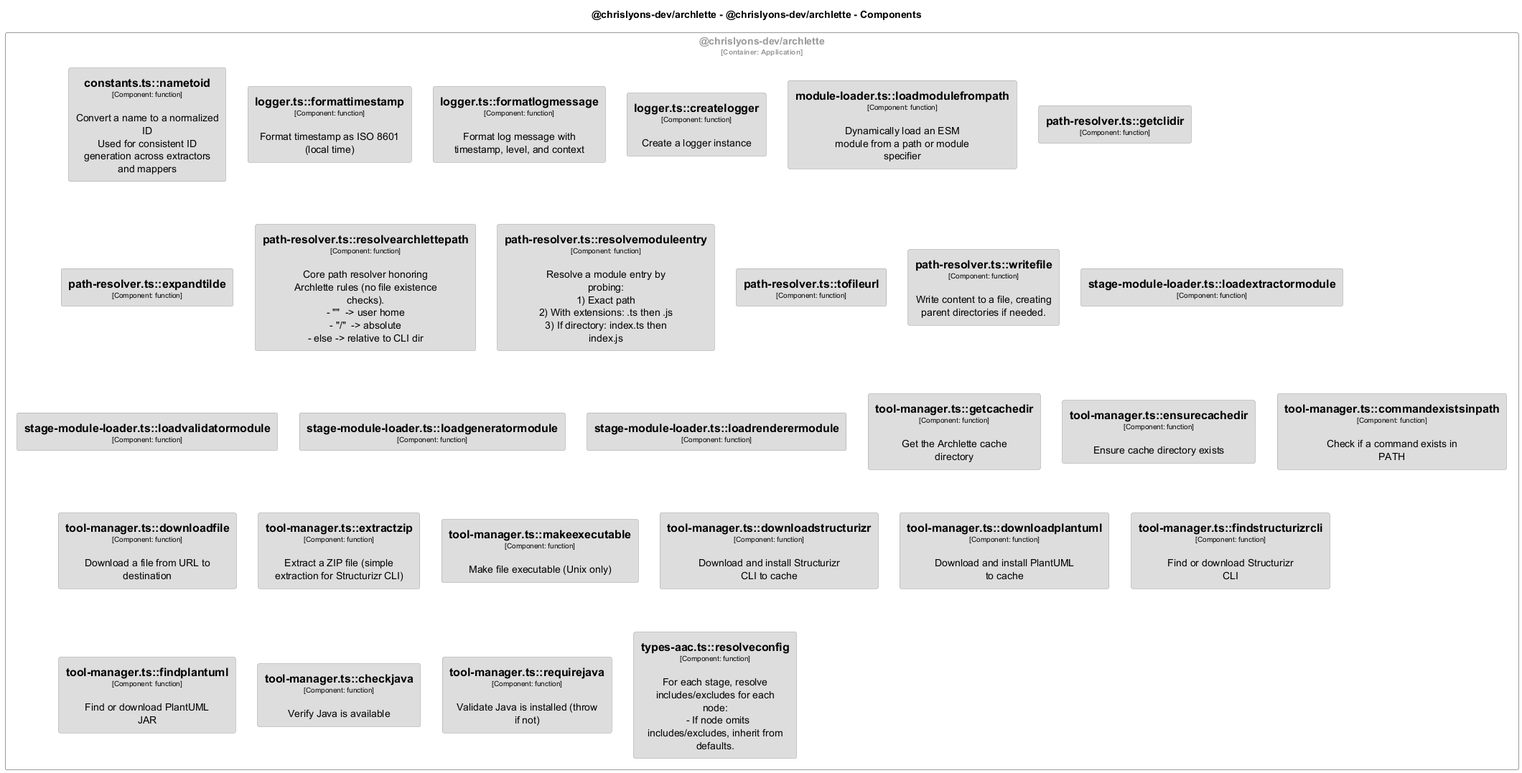
Above: docs/architecture/diagrams/structurizr-Classes_core.png in chrislyons-dev/archlette (PlantUML), before the change.
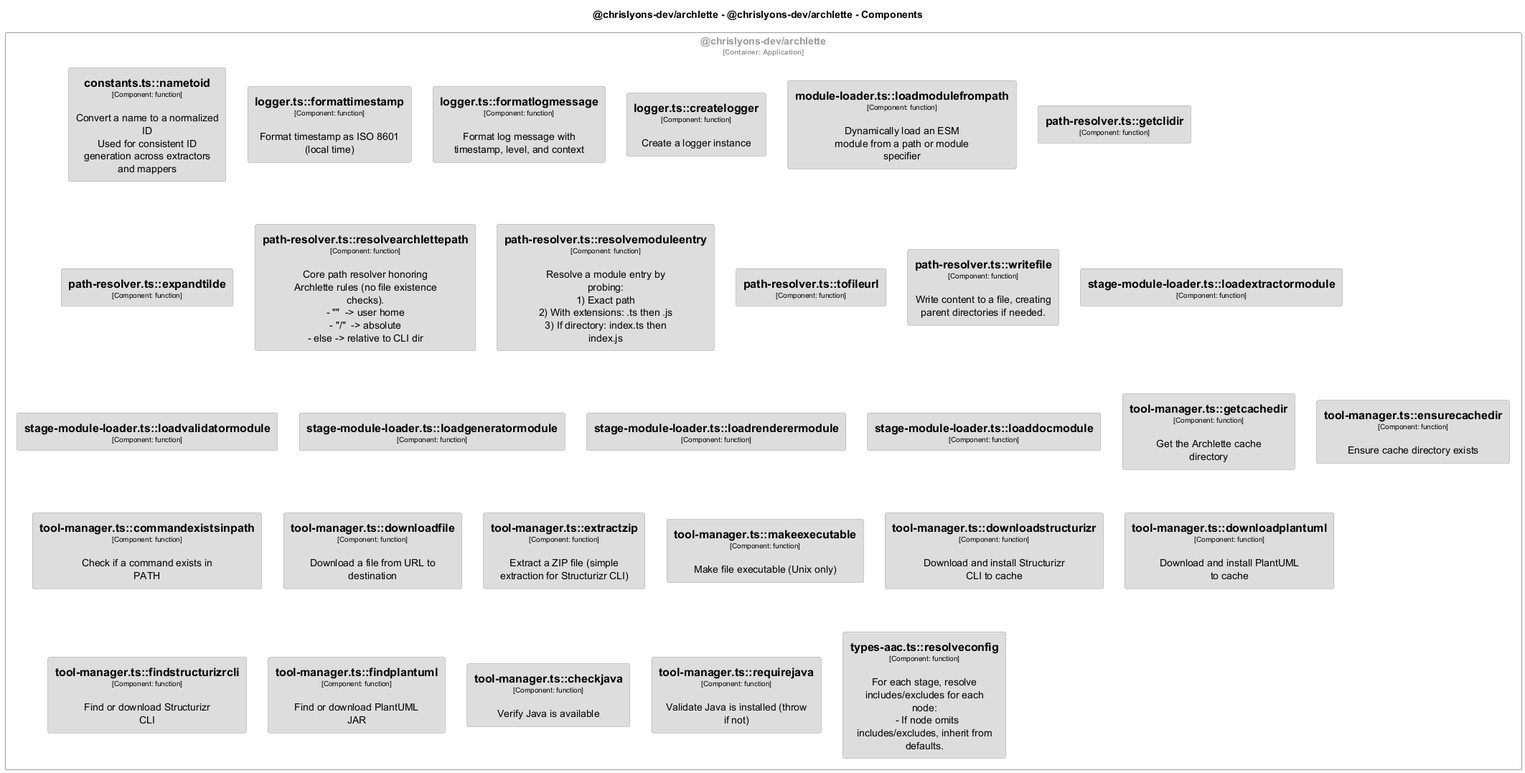
Later version of the same file.

Change to the diagram source:
```diff
@@ -76,6 +76,12 @@
   shadowing false
 }
 skinparam rectangle<<chrislyonsdevarchlette.chrislyonsdevarchlette.pathresolvertswritefile>> {
+  BackgroundColor #dddddd
+  FontColor #000000
+  BorderColor #9a9a9a
+  shadowing false
+}
+skinparam rectangle<<chrislyonsdevarchlette.chrislyonsdevarchlette.stagemoduleloadertsloaddocmodule>> {
   BackgroundColor #dddddd
   FontColor #000000
   BorderColor #9a9a9a
@@ -205,6 +211,7 @@
   rectangle "==stage-module-loader.ts::loadvalidatormodule\n<size:10>[Component: function]</size>" <<chrislyonsdevarchlette.chrislyonsdevarchlette.stagemoduleloadertsloadvalidatormodule>> as chrislyonsdevarchlette.chrislyonsdevarchlette.stagemoduleloadertsloadvalidatormodule
   rectangle "==stage-module-loader.ts::loadgeneratormodule\n<size:10>[Component: function]</size>" <<chrislyonsdevarchlette.chrislyonsdevarchlette.stagemoduleloadertsloadgeneratormodule>> as chrislyonsdevarchlette.chrislyonsdevarchlette.stagemoduleloadertsloadgeneratormodule
   rectangle "==stage-module-loader.ts::loadrenderermodule\n<size:10>[Component: function]</size>" <<chrislyonsdevarchlette.chrislyonsdevarchlette.stagemoduleloadertsloadrenderermodule>> as chrislyonsdevarchlette.chrislyonsdevarchlette.stagemoduleloadertsloadrenderermodule
+  rectangle "==stage-module-loader.ts::loaddocmodule\n<size:10>[Component: function]</size>" <<chrislyonsdevarchlette.chrislyonsdevarchlette.stagemoduleloadertsloaddocmodule>> as chrislyonsdevarchlette.chrislyonsdevarchlette.stagemoduleloadertsloaddocmodule
   rectangle "==tool-manager.ts::getcachedir\n<size:10>[Component: function]</size>\n\nGet the Archlette cache directory" <<chrislyonsdevarchlette.chrislyonsdevarchlette.toolmanagertsgetcachedir>> as chrislyonsdevarchlette.chrislyonsdevarchlette.toolmanagertsgetcachedir
   rectangle "==tool-manager.ts::ensurecachedir\n<size:10>[Component: function]</size>\n\nEnsure cache directory exists" <<chrislyonsdevarchlette.chrislyonsdevarchlette.toolmanagertsensurecachedir>> as chrislyonsdevarchlette.chrislyonsdevarchlette.toolmanagertsensurecachedir
   rectangle "==tool-manager.ts::commandexistsinpath\n<size:10>[Component: function]</size>\n\nCheck if a command exists in PATH" <<chrislyonsdevarchlette.chrislyonsdevarchlette.toolmanagertscommandexistsinpath>> as chrislyonsdevarchlette.chrislyonsdevarchlette.toolmanagertscommandexistsinpath
```
